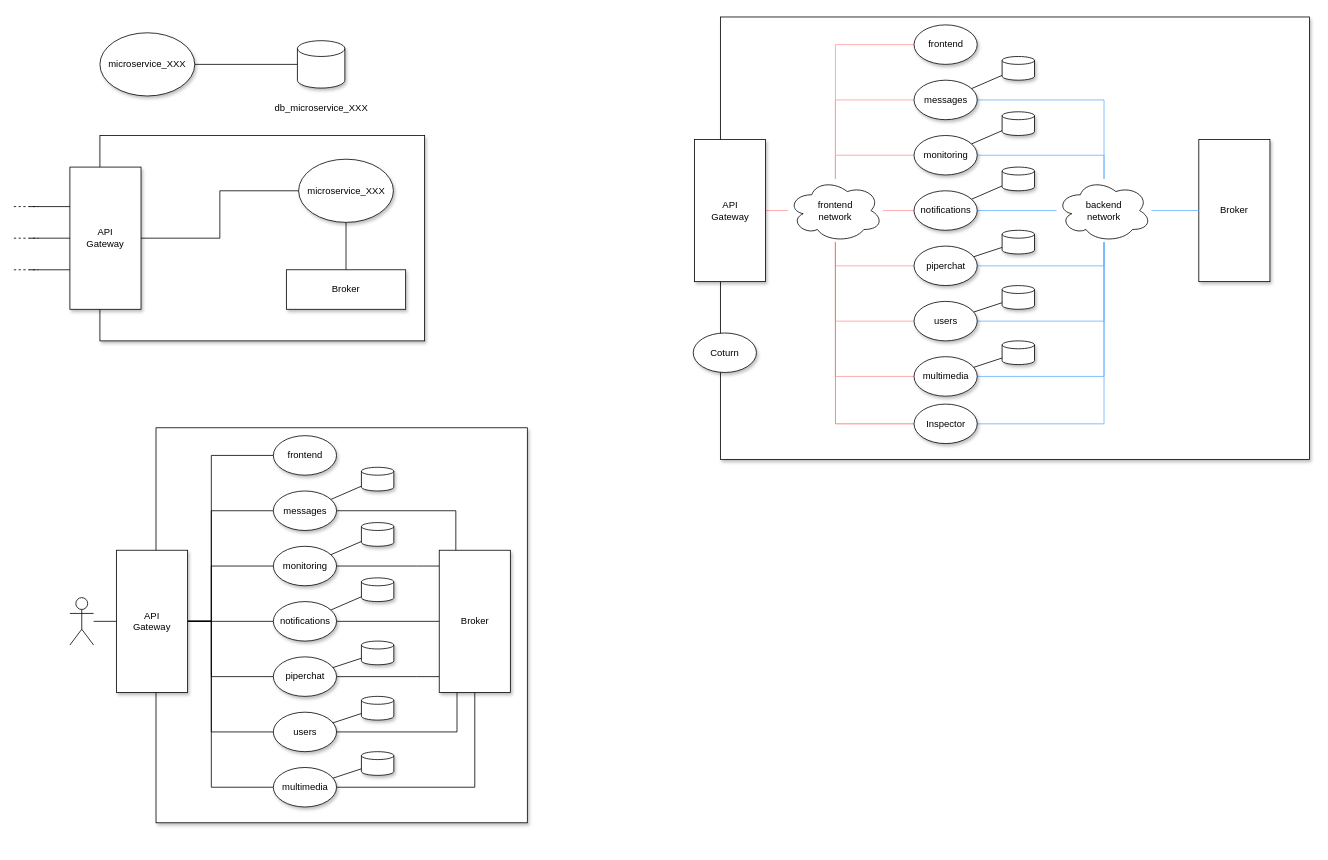
Above: page "microservizi" (4 of 7) of resources/piperchat.drawio in zucchero-sintattico/piperchat (draw.io), before the change. Source tidied: cells renumbered, new cells numbered last; positions are measured from the earlier drawing's top-left corner, leaving out a move shared by most shapes. Both pictures are drawn from the tidied source at 79%, with x=0, y=0 at pixel (13, 17).
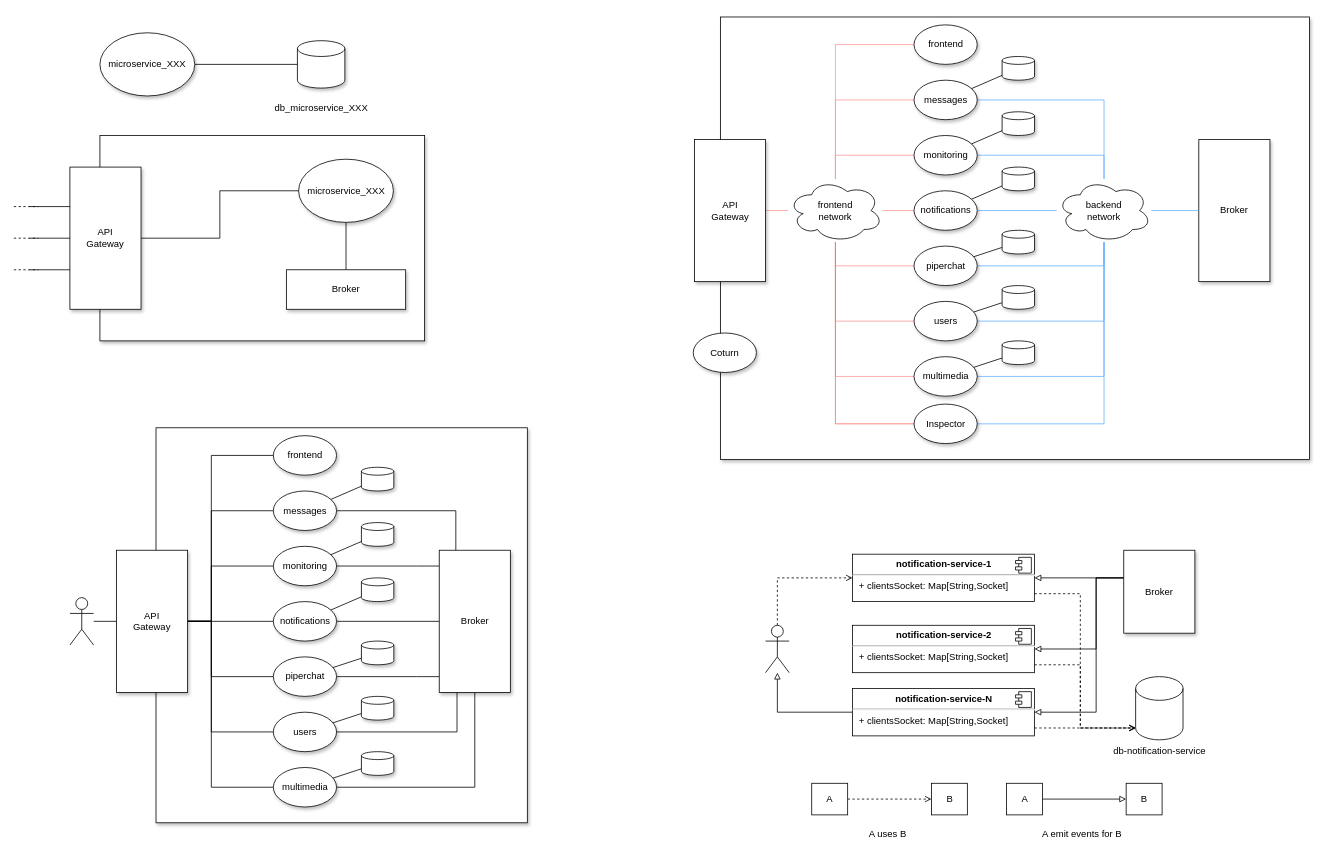
The same diagram, later.

Commit message:
wip: notification stateful diagram

Diff of the diagram source:
```diff
@@
+    <mxCell id="101" style="edgeStyle=orthogonalEdgeStyle;rounded=0;jettySize=auto;html=1;entryX=0;entryY=0.5;entryDx=0;entryDy=0;dashed=1;endArrow=open;endFill=0;" parent="1" edge="1" source="102" target="105">
+      <mxGeometry relative="1" as="geometry">
+        <Array as="points">
+          <mxPoint x="967" y="710" />
+        </Array>
+      </mxGeometry>
+    </mxCell>
+    <mxCell id="102" style="shape=umlActor;verticalLabelPosition=bottom;verticalAlign=top;html=1;" parent="1" vertex="1">
+      <mxGeometry x="951.5" y="770" width="30" height="60" as="geometry" />
+    </mxCell>
+    <mxCell id="103" style="shape=cylinder3;whiteSpace=wrap;html=1;boundedLbl=1;backgroundOutline=1;size=15;" parent="1" vertex="1">
+      <mxGeometry x="1420" y="835" width="60" height="80" as="geometry" />
+    </mxCell>
+    <mxCell id="104" style="rounded=0;jettySize=auto;html=1;dashed=1;endArrow=open;endFill=0;edgeStyle=orthogonalEdgeStyle;" parent="1" edge="1" source="105" target="103">
+      <mxGeometry relative="1" as="geometry">
+        <Array as="points">
+          <mxPoint x="1350" y="730" />
+          <mxPoint x="1350" y="900" />
+        </Array>
+      </mxGeometry>
+    </mxCell>
+    <mxCell id="105" value="&lt;p style=&quot;margin:0px;margin-top:6px;text-align:center;&quot;&gt;&lt;b&gt;notification-service-1&lt;/b&gt;&lt;/p&gt;&lt;hr&gt;&lt;p style=&quot;margin:0px;margin-left:8px;&quot;&gt;+ clientsSocket: Map[String,Socket]&lt;br&gt;&lt;/p&gt;" style="align=left;overflow=fill;html=1;whiteSpace=wrap;" parent="1" vertex="1">
+      <mxGeometry x="1061.5" y="680" width="230.5" height="60" as="geometry" />
+    </mxCell>
+    <mxCell id="106" style="shape=component;jettyWidth=8;jettyHeight=4;" parent="105" vertex="1">
+      <mxGeometry x="1" width="20" height="20" relative="1" as="geometry">
+        <mxPoint x="-24" y="4" as="offset" />
+      </mxGeometry>
+    </mxCell>
+    <mxCell id="107" style="rounded=0;jettySize=auto;html=1;dashed=1;endArrow=open;endFill=0;edgeStyle=orthogonalEdgeStyle;" parent="1" edge="1" source="108" target="103">
+      <mxGeometry relative="1" as="geometry">
+        <Array as="points">
+          <mxPoint x="1350" y="820" />
+          <mxPoint x="1350" y="900" />
+        </Array>
+      </mxGeometry>
+    </mxCell>
+    <mxCell id="108" value="&lt;p style=&quot;margin:0px;margin-top:6px;text-align:center;&quot;&gt;&lt;b&gt;notification-service-2&lt;/b&gt;&lt;/p&gt;&lt;hr&gt;&lt;p style=&quot;margin:0px;margin-left:8px;&quot;&gt;+ clientsSocket: Map[String,Socket]&lt;br&gt;&lt;/p&gt;" style="align=left;overflow=fill;html=1;whiteSpace=wrap;" parent="1" vertex="1">
+      <mxGeometry x="1061.5" y="770" width="230.5" height="60" as="geometry" />
+    </mxCell>
+    <mxCell id="109" style="shape=component;jettyWidth=8;jettyHeight=4;" parent="108" vertex="1">
+      <mxGeometry x="1" width="20" height="20" relative="1" as="geometry">
+        <mxPoint x="-24" y="4" as="offset" />
+      </mxGeometry>
+    </mxCell>
+    <mxCell id="110" style="rounded=0;jettySize=auto;html=1;dashed=1;endArrow=open;endFill=0;edgeStyle=orthogonalEdgeStyle;" parent="1" edge="1" source="112" target="103">
+      <mxGeometry relative="1" as="geometry">
+        <Array as="points">
+          <mxPoint x="1390" y="900" />
+          <mxPoint x="1390" y="900" />
+        </Array>
+      </mxGeometry>
+    </mxCell>
+    <mxCell id="111" style="edgeStyle=orthogonalEdgeStyle;rounded=0;jettySize=auto;html=1;endArrow=block;endFill=0;" parent="1" edge="1" source="112" target="102">
+      <mxGeometry relative="1" as="geometry" />
+    </mxCell>
+    <mxCell id="112" value="&lt;p style=&quot;margin:0px;margin-top:6px;text-align:center;&quot;&gt;&lt;b&gt;notification-service-N&lt;/b&gt;&lt;/p&gt;&lt;hr&gt;&lt;p style=&quot;margin:0px;margin-left:8px;&quot;&gt;+ clientsSocket: Map[String,Socket]&lt;br&gt;&lt;/p&gt;" style="align=left;overflow=fill;html=1;whiteSpace=wrap;" parent="1" vertex="1">
+      <mxGeometry x="1061.5" y="850" width="230.5" height="60" as="geometry" />
+    </mxCell>
+    <mxCell id="113" style="shape=component;jettyWidth=8;jettyHeight=4;" parent="112" vertex="1">
+      <mxGeometry x="1" width="20" height="20" relative="1" as="geometry">
+        <mxPoint x="-24" y="4" as="offset" />
+      </mxGeometry>
+    </mxCell>
+    <mxCell id="114" value="db-notification-service" style="text;html=1;align=center;verticalAlign=middle;strokeColor=none;fillColor=none;" parent="1" vertex="1">
+      <mxGeometry x="1380" y="915" width="140" height="30" as="geometry" />
+    </mxCell>
+    <mxCell id="115" style="edgeStyle=orthogonalEdgeStyle;rounded=0;jettySize=auto;html=1;dashed=1;endArrow=open;endFill=0;" parent="1" edge="1" source="116" target="117">
+      <mxGeometry relative="1" as="geometry" />
+    </mxCell>
+    <mxCell id="116" value="A" style="html=1;whiteSpace=wrap;" parent="1" vertex="1">
+      <mxGeometry x="1010" y="970" width="45.5" height="40" as="geometry" />
+    </mxCell>
+    <mxCell id="117" value="B" style="html=1;whiteSpace=wrap;" parent="1" vertex="1">
+      <mxGeometry x="1161.5" y="970" width="45.5" height="40" as="geometry" />
+    </mxCell>
+    <mxCell id="118" value="A uses B" style="text;html=1;align=center;verticalAlign=middle;strokeColor=none;fillColor=none;" parent="1" vertex="1">
+      <mxGeometry x="1070.5" y="1020" width="70" height="30" as="geometry" />
+    </mxCell>
+    <mxCell id="119" style="edgeStyle=orthogonalEdgeStyle;rounded=0;jettySize=auto;html=1;endArrow=block;endFill=0;" parent="1" edge="1" source="120" target="121">
+      <mxGeometry relative="1" as="geometry" />
+    </mxCell>
+    <mxCell id="120" value="A" style="html=1;whiteSpace=wrap;" parent="1" vertex="1">
+      <mxGeometry x="1256.5" y="970" width="45.5" height="40" as="geometry" />
+    </mxCell>
+    <mxCell id="121" value="B" style="html=1;whiteSpace=wrap;" parent="1" vertex="1">
+      <mxGeometry x="1408" y="970" width="45.5" height="40" as="geometry" />
+    </mxCell>
+    <mxCell id="122" value="A emit events for B" style="text;html=1;align=center;verticalAlign=middle;strokeColor=none;fillColor=none;" parent="1" vertex="1">
+      <mxGeometry x="1292" y="1020" width="120" height="30" as="geometry" />
+    </mxCell>
+    <mxCell id="123" style="edgeStyle=orthogonalEdgeStyle;rounded=0;jettySize=auto;html=1;endArrow=block;endFill=0;" parent="1" edge="1" source="126" target="105">
+      <mxGeometry relative="1" as="geometry">
+        <Array as="points">
+          <mxPoint x="1380" y="710" />
+          <mxPoint x="1380" y="710" />
+        </Array>
+      </mxGeometry>
+    </mxCell>
+    <mxCell id="124" style="edgeStyle=orthogonalEdgeStyle;rounded=0;jettySize=auto;html=1;endArrow=block;endFill=0;" parent="1" edge="1" source="126" target="108">
+      <mxGeometry relative="1" as="geometry">
+        <Array as="points">
+          <mxPoint x="1370" y="710" />
+          <mxPoint x="1370" y="800" />
+        </Array>
+      </mxGeometry>
+    </mxCell>
+    <mxCell id="125" style="edgeStyle=orthogonalEdgeStyle;rounded=0;jettySize=auto;html=1;endArrow=block;endFill=0;" parent="1" edge="1" source="126" target="112">
+      <mxGeometry relative="1" as="geometry">
+        <Array as="points">
+          <mxPoint x="1370" y="710" />
+          <mxPoint x="1370" y="880" />
+        </Array>
+      </mxGeometry>
+    </mxCell>
+    <mxCell id="126" value="Broker" style="rounded=0;whiteSpace=wrap;html=1;shadow=1;" parent="1" vertex="1">
+      <mxGeometry x="1405" y="675" width="90" height="105" as="geometry" />
+    </mxCell>
```
